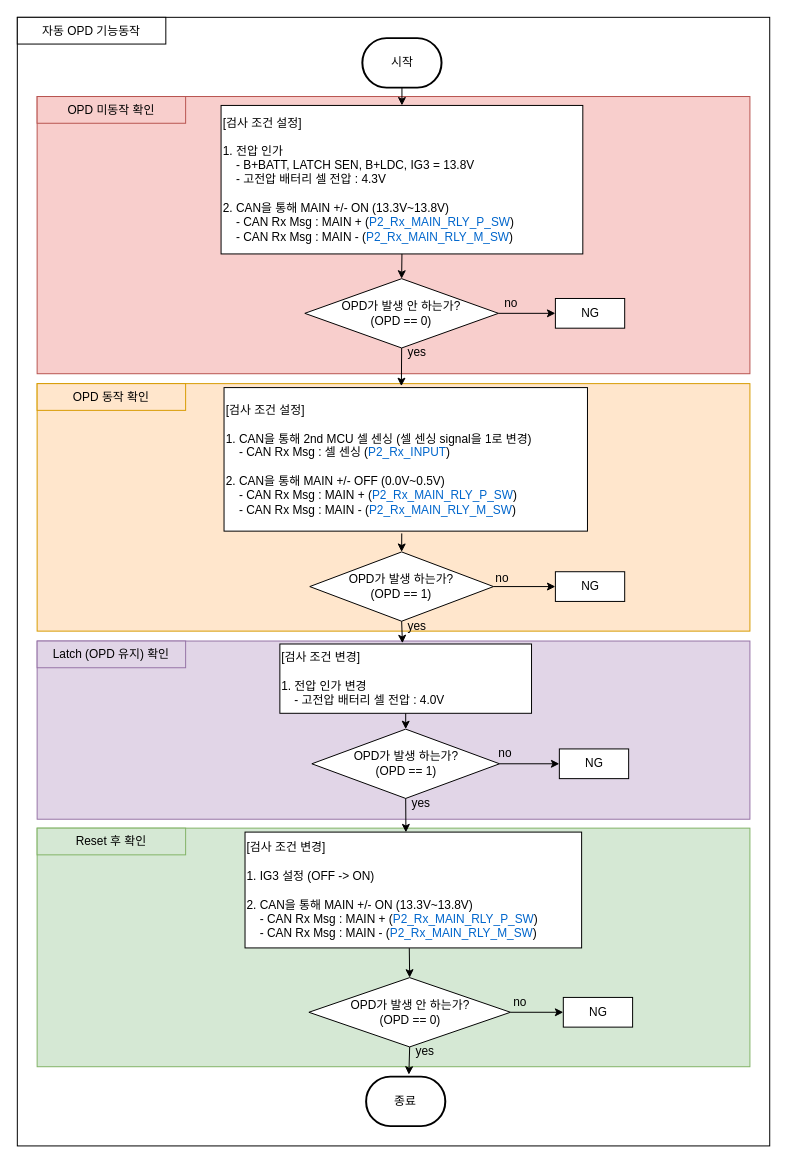
Before: OPD 기능동작.drawio in chaeyoonl/state-transition-diagram-test, a draw.io diagram. Source tidied: cells renumbered, new cells numbered last; positions are measured from the earlier drawing's top-left corner, leaving out a move shared by most shapes. Both pictures are drawn from the tidied source at 99%, with x=0, y=0 at pixel (17, 17).
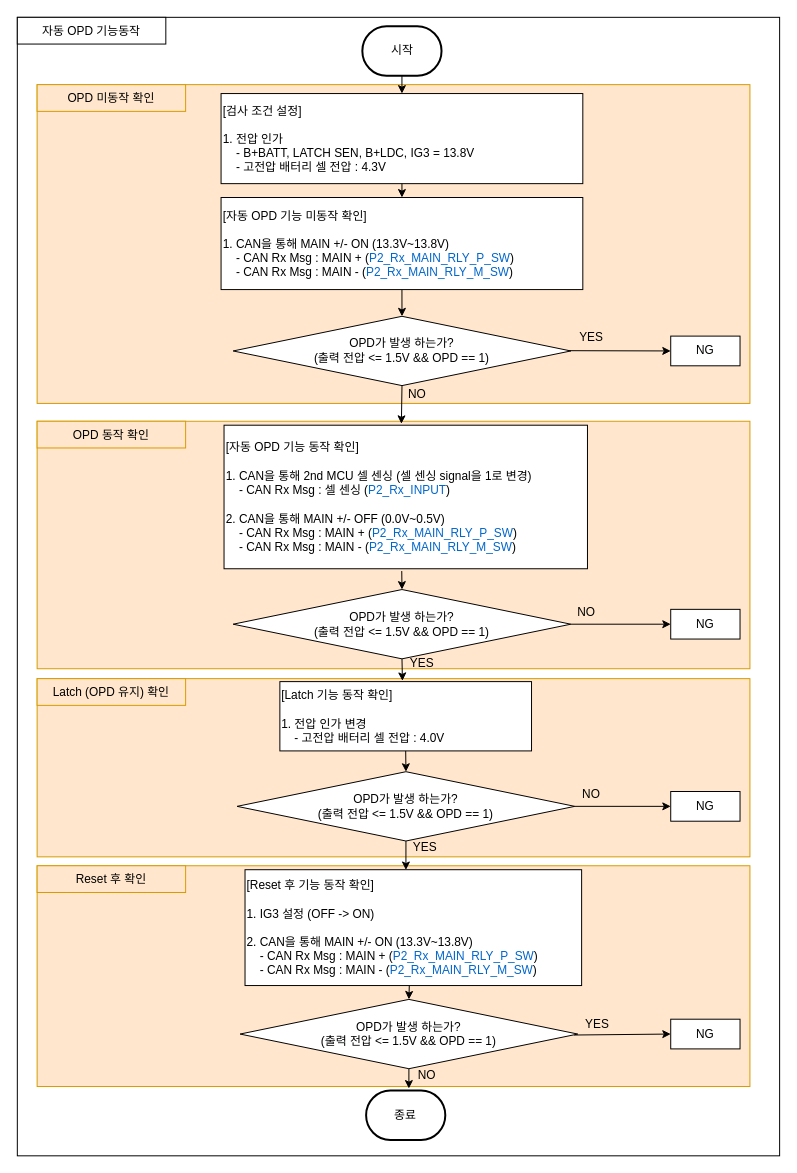
The same page after the edit.

Commit message:
OPD 기능동작.drawio 업데이트

The edit, as a diff of the source:
```diff
@@
     <mxCell id="2" style="rounded=0;whiteSpace=wrap;html=1;align=left;" parent="1" vertex="1">
-      <mxGeometry width="760" height="1140" as="geometry" />
+      <mxGeometry width="770" height="1150" as="geometry" />
     </mxCell>
@@
     <mxCell id="4" style="rounded=0;whiteSpace=wrap;html=1;align=left;fillColor=#ffe6cc;strokeColor=#d79b00;" parent="1" vertex="1">
-      <mxGeometry x="20" y="370" width="720" height="250" as="geometry" />
+      <mxGeometry x="20" y="408" width="720" height="250" as="geometry" />
     </mxCell>
     <mxCell id="5" value="OPD 동작 확인" style="rounded=0;whiteSpace=wrap;html=1;align=center;fillColor=#ffe6cc;strokeColor=#d79b00;" parent="1" vertex="1">
-      <mxGeometry x="20" y="370" width="150" height="27" as="geometry" />
+      <mxGeometry x="20" y="408" width="150" height="27" as="geometry" />
     </mxCell>
-    <mxCell id="6" style="rounded=0;whiteSpace=wrap;html=1;align=left;fillColor=#f8cecc;strokeColor=#b85450;" parent="1" vertex="1">
-      <mxGeometry x="20" y="80" width="720" height="280" as="geometry" />
+    <mxCell id="6" style="rounded=0;whiteSpace=wrap;html=1;align=left;fillColor=#ffe6cc;strokeColor=#d79b00;" parent="1" vertex="1">
+      <mxGeometry x="20" y="68" width="720" height="322" as="geometry" />
     </mxCell>
-    <mxCell id="7" value="OPD 미동작 확인" style="rounded=0;whiteSpace=wrap;html=1;align=center;fillColor=#f8cecc;strokeColor=#b85450;" parent="1" vertex="1">
-      <mxGeometry x="20" y="80" width="150" height="27" as="geometry" />
+    <mxCell id="7" value="OPD 미동작 확인" style="rounded=0;whiteSpace=wrap;html=1;align=center;fillColor=#ffe6cc;strokeColor=#d79b00;" parent="1" vertex="1">
+      <mxGeometry x="20" y="68" width="150" height="27" as="geometry" />
     </mxCell>
-    <mxCell id="8" style="rounded=0;whiteSpace=wrap;html=1;align=left;fillColor=#e1d5e7;strokeColor=#9673a6;" parent="1" vertex="1">
-      <mxGeometry x="20" y="630" width="720" height="180" as="geometry" />
+    <mxCell id="8" style="rounded=0;whiteSpace=wrap;html=1;align=left;fillColor=#ffe6cc;strokeColor=#d79b00;" parent="1" vertex="1">
+      <mxGeometry x="20" y="668" width="720" height="180" as="geometry" />
     </mxCell>
-    <mxCell id="9" value="Latch (OPD 유지) 확인" style="rounded=0;whiteSpace=wrap;html=1;align=center;fillColor=#e1d5e7;strokeColor=#9673a6;" parent="1" vertex="1">
-      <mxGeometry x="20" y="630" width="150" height="27" as="geometry" />
+    <mxCell id="9" value="Latch (OPD 유지) 확인" style="rounded=0;whiteSpace=wrap;html=1;align=center;fillColor=#ffe6cc;strokeColor=#d79b00;" parent="1" vertex="1">
+      <mxGeometry x="20" y="668" width="150" height="27" as="geometry" />
     </mxCell>
     <mxCell id="10" value="시작" style="strokeWidth=2;html=1;shape=mxgraph.flowchart.terminator;whiteSpace=wrap;" parent="1" vertex="1">
-      <mxGeometry x="348.5" y="21" width="80" height="50" as="geometry" />
+      <mxGeometry x="348.5" y="9" width="80" height="50" as="geometry" />
     </mxCell>
-    <mxCell id="11" value="[검사 조건 설정]&lt;br&gt;&lt;br&gt;1. 전압 인가&lt;br&gt;&amp;nbsp; &amp;nbsp; - B+BATT, LATCH SEN, B+LDC, IG3 = 13.8V&lt;br&gt;&amp;nbsp; &amp;nbsp; - 고전압 배터리 셀 전압 : 4.3V&lt;br&gt;&lt;br&gt;2. CAN을 통해 MAIN +/- ON (13.3V~13.8V)&lt;br style=&quot;border-color: var(--border-color);&quot;&gt;&amp;nbsp; &amp;nbsp; - CAN Rx Msg : MAIN +&amp;nbsp;&lt;span style=&quot;background-color: initial;&quot;&gt;(&lt;/span&gt;&lt;font style=&quot;background-color: initial; border-color: var(--border-color);&quot; color=&quot;#0066cc&quot;&gt;P2_Rx_MAIN_RLY_P_SW&lt;/font&gt;&lt;span style=&quot;background-color: initial;&quot;&gt;)&lt;/span&gt;&lt;br&gt;&amp;nbsp; &amp;nbsp; - CAN Rx Msg : MAIN -&amp;nbsp;&lt;span style=&quot;background-color: initial;&quot;&gt;(&lt;/span&gt;&lt;font style=&quot;background-color: initial; border-color: var(--border-color);&quot; color=&quot;#0066cc&quot;&gt;P2_Rx_MAIN_RLY_M_SW&lt;/font&gt;&lt;span style=&quot;background-color: initial;&quot;&gt;)&lt;/span&gt;" style="rounded=0;whiteSpace=wrap;html=1;align=left;" parent="1" vertex="1">
-      <mxGeometry x="205.8" y="89" width="365.4" height="150" as="geometry" />
+    <mxCell id="11" value="[검사 조건 설정]&lt;br&gt;&lt;br&gt;1. 전압 인가&lt;br&gt;&amp;nbsp; &amp;nbsp; - B+BATT, LATCH SEN, B+LDC, IG3 = 13.8V&lt;br&gt;&amp;nbsp; &amp;nbsp; - 고전압 배터리 셀 전압 : 4.3V" style="rounded=0;whiteSpace=wrap;html=1;align=left;" parent="1" vertex="1">
+      <mxGeometry x="205.8" y="77" width="365.4" height="91" as="geometry" />
     </mxCell>
@@
-    <mxCell id="13" value="OPD가 발생 안 하는가?&lt;br&gt;(OPD == 0)" style="rhombus;whiteSpace=wrap;html=1;" parent="1" vertex="1">
-      <mxGeometry x="290.4" y="264" width="195.6" height="70" as="geometry" />
-    </mxCell>
     <mxCell id="14" value="NG" style="rounded=0;whiteSpace=wrap;html=1;align=center;" parent="1" vertex="1">
-      <mxGeometry x="543.5" y="284" width="70" height="30" as="geometry" />
+      <mxGeometry x="660" y="322" width="70" height="30" as="geometry" />
     </mxCell>
-    <mxCell id="15" value="[검사 조건 설정]&lt;br&gt;&lt;br&gt;1. CAN을 통해 2nd MCU 셀 센싱 (셀 센싱 signal을 1로 변경)&lt;br&gt;&amp;nbsp; &amp;nbsp; - CAN Rx Msg : 셀 센싱&amp;nbsp;(&lt;font color=&quot;#0066cc&quot;&gt;P2_Rx_INPUT&lt;/font&gt;)&lt;br&gt;&lt;br&gt;2. CAN을 통해 MAIN +/- OFF (0.0V~0.5V)&lt;br style=&quot;border-color: var(--border-color);&quot;&gt;&amp;nbsp; &amp;nbsp; - CAN Rx Msg : MAIN +&amp;nbsp;&lt;span style=&quot;background-color: initial;&quot;&gt;(&lt;/span&gt;&lt;font style=&quot;background-color: initial; border-color: var(--border-color);&quot; color=&quot;#0066cc&quot;&gt;P2_Rx_MAIN_RLY_P_SW&lt;/font&gt;&lt;span style=&quot;background-color: initial;&quot;&gt;)&lt;/span&gt;&lt;br&gt;&amp;nbsp; &amp;nbsp; - CAN Rx Msg : MAIN -&amp;nbsp;&lt;span style=&quot;background-color: initial;&quot;&gt;(&lt;/span&gt;&lt;font style=&quot;background-color: initial; border-color: var(--border-color);&quot; color=&quot;#0066cc&quot;&gt;P2_Rx_MAIN_RLY_M_SW&lt;/font&gt;&lt;span style=&quot;background-color: initial;&quot;&gt;)&lt;/span&gt;" style="rounded=0;whiteSpace=wrap;html=1;align=left;" parent="1" vertex="1">
-      <mxGeometry x="208.8" y="374" width="367.1" height="145" as="geometry" />
+    <mxCell id="15" value="[자동 OPD 기능 동작 확인]&lt;br&gt;&lt;br&gt;1. CAN을 통해 2nd MCU 셀 센싱 (셀 센싱 signal을 1로 변경)&lt;br&gt;&amp;nbsp; &amp;nbsp; - CAN Rx Msg : 셀 센싱&amp;nbsp;(&lt;font color=&quot;#0066cc&quot;&gt;P2_Rx_INPUT&lt;/font&gt;)&lt;br&gt;&lt;br&gt;2. CAN을 통해 MAIN +/- OFF (0.0V~0.5V)&lt;br style=&quot;border-color: var(--border-color);&quot;&gt;&amp;nbsp; &amp;nbsp; - CAN Rx Msg : MAIN +&amp;nbsp;&lt;span style=&quot;background-color: initial;&quot;&gt;(&lt;/span&gt;&lt;font style=&quot;background-color: initial; border-color: var(--border-color);&quot; color=&quot;#0066cc&quot;&gt;P2_Rx_MAIN_RLY_P_SW&lt;/font&gt;&lt;span style=&quot;background-color: initial;&quot;&gt;)&lt;/span&gt;&lt;br&gt;&amp;nbsp; &amp;nbsp; - CAN Rx Msg : MAIN -&amp;nbsp;&lt;span style=&quot;background-color: initial;&quot;&gt;(&lt;/span&gt;&lt;font style=&quot;background-color: initial; border-color: var(--border-color);&quot; color=&quot;#0066cc&quot;&gt;P2_Rx_MAIN_RLY_M_SW&lt;/font&gt;&lt;span style=&quot;background-color: initial;&quot;&gt;)&lt;/span&gt;" style="rounded=0;whiteSpace=wrap;html=1;align=left;" parent="1" vertex="1">
+      <mxGeometry x="208.8" y="412" width="367.1" height="145" as="geometry" />
     </mxCell>
-    <mxCell id="16" style="endArrow=classic;html=1;rounded=0;exitX=0.5;exitY=1;exitDx=0;exitDy=0;entryX=0.5;entryY=0;entryDx=0;entryDy=0;" parent="1" edge="1" source="11" target="13">
+    <mxCell id="16" style="endArrow=classic;html=1;rounded=0;exitX=0.5;exitY=1;exitDx=0;exitDy=0;entryX=0.5;entryY=0;entryDx=0;entryDy=0;" parent="1" edge="1" source="49" target="51">
       <mxGeometry relative="1" as="geometry" />
     </mxCell>
-    <mxCell id="17" style="endArrow=classic;html=1;rounded=0;exitX=1;exitY=0.5;exitDx=0;exitDy=0;entryX=0;entryY=0.5;entryDx=0;entryDy=0;" parent="1" edge="1" source="13" target="14">
+    <mxCell id="17" style="endArrow=classic;html=1;rounded=0;exitX=0.989;exitY=0.496;exitDx=0;exitDy=0;entryX=0;entryY=0.5;entryDx=0;entryDy=0;exitPerimeter=0;" parent="1" edge="1" source="51" target="14">
       <mxGeometry relative="1" as="geometry" />
     </mxCell>
-    <mxCell id="18" style="endArrow=classic;html=1;rounded=0;exitX=0.5;exitY=1;exitDx=0;exitDy=0;entryX=0.488;entryY=-0.01;entryDx=0;entryDy=0;entryPerimeter=0;" parent="1" edge="1" source="13" target="15">
+    <mxCell id="18" style="endArrow=classic;html=1;rounded=0;exitX=0.5;exitY=1;exitDx=0;exitDy=0;entryX=0.488;entryY=-0.01;entryDx=0;entryDy=0;entryPerimeter=0;" parent="1" edge="1" source="51" target="15">
       <mxGeometry relative="1" as="geometry" />
     </mxCell>
-    <mxCell id="19" value="no" style="text;html=1;strokeColor=none;fillColor=none;align=center;verticalAlign=middle;whiteSpace=wrap;rounded=0;" parent="1" vertex="1">
-      <mxGeometry x="469" y="274" width="60" height="30" as="geometry" />
-    </mxCell>
-    <mxCell id="20" value="yes" style="text;html=1;strokeColor=none;fillColor=none;align=center;verticalAlign=middle;whiteSpace=wrap;rounded=0;fontStyle=0;" parent="1" vertex="1">
-      <mxGeometry x="373.5" y="324" width="60" height="30" as="geometry" />
+    <mxCell id="20" value="NO" style="text;html=1;strokeColor=none;fillColor=none;align=center;verticalAlign=middle;whiteSpace=wrap;rounded=0;fontStyle=0;" parent="1" vertex="1">
+      <mxGeometry x="373.5" y="366" width="60" height="30" as="geometry" />
     </mxCell>
-    <mxCell id="21" value="OPD가 발생 하는가?&lt;br&gt;(OPD == 1)" style="rhombus;whiteSpace=wrap;html=1;" parent="1" vertex="1">
-      <mxGeometry x="295.4" y="540" width="185.6" height="70" as="geometry" />
+    <mxCell id="21" value="OPD가 발생 하는가?&lt;br&gt;(출력 전압 &amp;lt;= 1.5V &amp;amp;&amp;amp; OPD == 1)" style="rhombus;whiteSpace=wrap;html=1;" parent="1" vertex="1">
+      <mxGeometry x="218" y="578" width="341.1" height="70" as="geometry" />
     </mxCell>
     <mxCell id="22" value="NG" style="rounded=0;whiteSpace=wrap;html=1;align=center;" parent="1" vertex="1">
-      <mxGeometry x="543.5" y="560" width="70" height="30" as="geometry" />
+      <mxGeometry x="660" y="598" width="70" height="30" as="geometry" />
     </mxCell>
@@
-    <mxCell id="25" value="no" style="text;html=1;strokeColor=none;fillColor=none;align=center;verticalAlign=middle;whiteSpace=wrap;rounded=0;" parent="1" vertex="1">
-      <mxGeometry x="459.6" y="551.5" width="60" height="30" as="geometry" />
+    <mxCell id="25" value="NO" style="text;html=1;strokeColor=none;fillColor=none;align=center;verticalAlign=middle;whiteSpace=wrap;rounded=0;" parent="1" vertex="1">
+      <mxGeometry x="544.6" y="585.5" width="60" height="30" as="geometry" />
     </mxCell>
-    <mxCell id="26" value="yes" style="text;html=1;strokeColor=none;fillColor=none;align=center;verticalAlign=middle;whiteSpace=wrap;rounded=0;fontStyle=0;" parent="1" vertex="1">
-      <mxGeometry x="373.5" y="600" width="60" height="30" as="geometry" />
+    <mxCell id="26" value="YES" style="text;html=1;strokeColor=none;fillColor=none;align=center;verticalAlign=middle;whiteSpace=wrap;rounded=0;fontStyle=0;" parent="1" vertex="1">
+      <mxGeometry x="378.5" y="638" width="60" height="30" as="geometry" />
     </mxCell>
@@
-    <mxCell id="28" style="rounded=0;whiteSpace=wrap;html=1;align=left;fillColor=#d5e8d4;strokeColor=#82b366;" parent="1" vertex="1">
-      <mxGeometry x="20" y="819" width="720" height="241" as="geometry" />
+    <mxCell id="28" style="rounded=0;whiteSpace=wrap;html=1;align=left;fillColor=#ffe6cc;strokeColor=#d79b00;" parent="1" vertex="1">
+      <mxGeometry x="20" y="857" width="720" height="223" as="geometry" />
     </mxCell>
-    <mxCell id="29" value="Reset 후 확인" style="rounded=0;whiteSpace=wrap;html=1;align=center;fillColor=#d5e8d4;strokeColor=#82b366;" parent="1" vertex="1">
-      <mxGeometry x="20" y="819" width="150" height="27" as="geometry" />
+    <mxCell id="29" value="Reset 후 확인" style="rounded=0;whiteSpace=wrap;html=1;align=center;fillColor=#ffe6cc;strokeColor=#d79b00;" parent="1" vertex="1">
+      <mxGeometry x="20" y="857" width="150" height="27" as="geometry" />
     </mxCell>
-    <mxCell id="30" value="[검사 조건 변경]&lt;br&gt;&lt;br&gt;1. 전압 인가 변경&lt;br&gt;&amp;nbsp; &amp;nbsp; - 고전압 배터리 셀 전압 : 4.0V" style="rounded=0;whiteSpace=wrap;html=1;align=left;" parent="1" vertex="1">
-      <mxGeometry x="265.2" y="633" width="254.2" height="70" as="geometry" />
+    <mxCell id="30" value="[Latch 기능 동작 확인]&lt;br&gt;&lt;br&gt;1. 전압 인가 변경&lt;br&gt;&amp;nbsp; &amp;nbsp; - 고전압 배터리 셀 전압 : 4.0V" style="rounded=0;whiteSpace=wrap;html=1;align=left;" parent="1" vertex="1">
+      <mxGeometry x="265.2" y="671" width="254.2" height="70" as="geometry" />
     </mxCell>
-    <mxCell id="31" value="OPD가 발생 하는가?&lt;br style=&quot;border-color: var(--border-color);&quot;&gt;(OPD == 1)" style="rhombus;whiteSpace=wrap;html=1;" parent="1" vertex="1">
-      <mxGeometry x="297.5" y="719" width="189.6" height="70" as="geometry" />
-    </mxCell>
     <mxCell id="32" value="NG" style="rounded=0;whiteSpace=wrap;html=1;align=center;" parent="1" vertex="1">
-      <mxGeometry x="547.5" y="739" width="70" height="30" as="geometry" />
+      <mxGeometry x="660" y="782" width="70" height="30" as="geometry" />
     </mxCell>
-    <mxCell id="33" style="endArrow=classic;html=1;rounded=0;exitX=1;exitY=0.5;exitDx=0;exitDy=0;entryX=0;entryY=0.5;entryDx=0;entryDy=0;" parent="1" edge="1" source="31" target="32">
+    <mxCell id="33" style="endArrow=classic;html=1;rounded=0;exitX=1;exitY=0.5;exitDx=0;exitDy=0;entryX=0;entryY=0.5;entryDx=0;entryDy=0;" parent="1" edge="1" source="50" target="32">
       <mxGeometry relative="1" as="geometry" />
     </mxCell>
-    <mxCell id="34" style="endArrow=classic;html=1;rounded=0;exitX=0.5;exitY=1;exitDx=0;exitDy=0;entryX=0.478;entryY=0.002;entryDx=0;entryDy=0;entryPerimeter=0;" parent="1" edge="1" source="31" target="37">
+    <mxCell id="34" style="endArrow=classic;html=1;rounded=0;exitX=0.5;exitY=1;exitDx=0;exitDy=0;entryX=0.478;entryY=0.002;entryDx=0;entryDy=0;entryPerimeter=0;" parent="1" edge="1" source="50" target="37">
       <mxGeometry relative="1" as="geometry" />
     </mxCell>
-    <mxCell id="35" value="no" style="text;html=1;strokeColor=none;fillColor=none;align=center;verticalAlign=middle;whiteSpace=wrap;rounded=0;" parent="1" vertex="1">
-      <mxGeometry x="463.4" y="729" width="60" height="30" as="geometry" />
+    <mxCell id="35" value="NO" style="text;html=1;strokeColor=none;fillColor=none;align=center;verticalAlign=middle;whiteSpace=wrap;rounded=0;" parent="1" vertex="1">
+      <mxGeometry x="550" y="770" width="60" height="30" as="geometry" />
     </mxCell>
-    <mxCell id="36" value="yes" style="text;html=1;strokeColor=none;fillColor=none;align=center;verticalAlign=middle;whiteSpace=wrap;rounded=0;fontStyle=0;" parent="1" vertex="1">
-      <mxGeometry x="377.5" y="779" width="60" height="30" as="geometry" />
+    <mxCell id="36" value="YES" style="text;html=1;strokeColor=none;fillColor=none;align=center;verticalAlign=middle;whiteSpace=wrap;rounded=0;fontStyle=0;" parent="1" vertex="1">
+      <mxGeometry x="381.5" y="824" width="60" height="30" as="geometry" />
     </mxCell>
-    <mxCell id="37" value="[검사 조건 변경]&lt;br&gt;&lt;br&gt;1. IG3 설정 (OFF -&amp;gt; ON)&lt;br&gt;&lt;br&gt;2. CAN을 통해 MAIN +/- ON (13.3V~13.8V)&lt;br style=&quot;border-color: var(--border-color);&quot;&gt;&amp;nbsp; &amp;nbsp; - CAN Rx Msg : MAIN +&amp;nbsp;&lt;span style=&quot;background-color: initial;&quot;&gt;(&lt;/span&gt;&lt;font style=&quot;background-color: initial; border-color: var(--border-color);&quot; color=&quot;#0066cc&quot;&gt;P2_Rx_MAIN_RLY_P_SW&lt;/font&gt;&lt;span style=&quot;background-color: initial;&quot;&gt;)&lt;/span&gt;&lt;br&gt;&amp;nbsp; &amp;nbsp; - CAN Rx Msg : MAIN -&amp;nbsp;&lt;span style=&quot;background-color: initial;&quot;&gt;(&lt;/span&gt;&lt;font style=&quot;background-color: initial; border-color: var(--border-color);&quot; color=&quot;#0066cc&quot;&gt;P2_Rx_MAIN_RLY_M_SW&lt;/font&gt;&lt;span style=&quot;background-color: initial;&quot;&gt;)&lt;/span&gt;" style="rounded=0;whiteSpace=wrap;html=1;align=left;" parent="1" vertex="1">
-      <mxGeometry x="230" y="823" width="340" height="117" as="geometry" />
+    <mxCell id="37" value="[Reset 후 기능 동작 확인]&lt;br&gt;&lt;br&gt;1. IG3 설정 (OFF -&amp;gt; ON)&lt;br&gt;&lt;br&gt;2. CAN을 통해 MAIN +/- ON (13.3V~13.8V)&lt;br style=&quot;border-color: var(--border-color);&quot;&gt;&amp;nbsp; &amp;nbsp; - CAN Rx Msg : MAIN +&amp;nbsp;&lt;span style=&quot;background-color: initial;&quot;&gt;(&lt;/span&gt;&lt;font style=&quot;background-color: initial; border-color: var(--border-color);&quot; color=&quot;#0066cc&quot;&gt;P2_Rx_MAIN_RLY_P_SW&lt;/font&gt;&lt;span style=&quot;background-color: initial;&quot;&gt;)&lt;/span&gt;&lt;br&gt;&amp;nbsp; &amp;nbsp; - CAN Rx Msg : MAIN -&amp;nbsp;&lt;span style=&quot;background-color: initial;&quot;&gt;(&lt;/span&gt;&lt;font style=&quot;background-color: initial; border-color: var(--border-color);&quot; color=&quot;#0066cc&quot;&gt;P2_Rx_MAIN_RLY_M_SW&lt;/font&gt;&lt;span style=&quot;background-color: initial;&quot;&gt;)&lt;/span&gt;" style="rounded=0;whiteSpace=wrap;html=1;align=left;" parent="1" vertex="1">
+      <mxGeometry x="230" y="861" width="340" height="117" as="geometry" />
     </mxCell>
-    <mxCell id="38" value="OPD가 발생 안 하는가?&lt;br style=&quot;border-color: var(--border-color);&quot;&gt;(OPD == 0)" style="rhombus;whiteSpace=wrap;html=1;" parent="1" vertex="1">
-      <mxGeometry x="294.5" y="970" width="203.6" height="70" as="geometry" />
-    </mxCell>
     <mxCell id="39" value="NG" style="rounded=0;whiteSpace=wrap;html=1;align=center;" parent="1" vertex="1">
-      <mxGeometry x="551.5" y="990" width="70" height="30" as="geometry" />
+      <mxGeometry x="660" y="1012" width="70" height="30" as="geometry" />
     </mxCell>
-    <mxCell id="40" style="endArrow=classic;html=1;rounded=0;exitX=1;exitY=0.5;exitDx=0;exitDy=0;entryX=0;entryY=0.5;entryDx=0;entryDy=0;" parent="1" edge="1" source="38" target="39">
+    <mxCell id="40" style="endArrow=classic;html=1;rounded=0;exitX=0.989;exitY=0.514;exitDx=0;exitDy=0;entryX=0;entryY=0.5;entryDx=0;entryDy=0;exitPerimeter=0;" parent="1" edge="1" source="52" target="39">
       <mxGeometry relative="1" as="geometry" />
     </mxCell>
-    <mxCell id="41" style="endArrow=classic;html=1;rounded=0;exitX=0.5;exitY=1;exitDx=0;exitDy=0;entryX=0.54;entryY=-0.04;entryDx=0;entryDy=0;entryPerimeter=0;" parent="1" edge="1" source="38" target="44">
+    <mxCell id="41" style="endArrow=classic;html=1;rounded=0;exitX=0.5;exitY=1;exitDx=0;exitDy=0;entryX=0.54;entryY=-0.04;entryDx=0;entryDy=0;entryPerimeter=0;" parent="1" edge="1" source="52" target="44">
       <mxGeometry relative="1" as="geometry" />
     </mxCell>
-    <mxCell id="42" value="no" style="text;html=1;strokeColor=none;fillColor=none;align=center;verticalAlign=middle;whiteSpace=wrap;rounded=0;" parent="1" vertex="1">
-      <mxGeometry x="478.1" y="980" width="60" height="30" as="geometry" />
+    <mxCell id="42" value="YES" style="text;html=1;strokeColor=none;fillColor=none;align=center;verticalAlign=middle;whiteSpace=wrap;rounded=0;" parent="1" vertex="1">
+      <mxGeometry x="556.1" y="1002" width="60" height="30" as="geometry" />
     </mxCell>
-    <mxCell id="43" value="yes" style="text;html=1;strokeColor=none;fillColor=none;align=center;verticalAlign=middle;whiteSpace=wrap;rounded=0;fontStyle=0;" parent="1" vertex="1">
-      <mxGeometry x="381.5" y="1030" width="60" height="30" as="geometry" />
+    <mxCell id="43" value="NO" style="text;html=1;strokeColor=none;fillColor=none;align=center;verticalAlign=middle;whiteSpace=wrap;rounded=0;fontStyle=0;" parent="1" vertex="1">
+      <mxGeometry x="384" y="1054" width="60" height="30" as="geometry" />
     </mxCell>
     <mxCell id="44" value="종료" style="strokeWidth=2;html=1;shape=mxgraph.flowchart.terminator;whiteSpace=wrap;" parent="1" vertex="1">
-      <mxGeometry x="352.3" y="1070" width="80" height="50" as="geometry" />
+      <mxGeometry x="352.3" y="1084" width="80" height="50" as="geometry" />
     </mxCell>
-    <mxCell id="45" style="endArrow=classic;html=1;rounded=0;exitX=0.5;exitY=1;exitDx=0;exitDy=0;entryX=0.5;entryY=0;entryDx=0;entryDy=0;" parent="1" edge="1" source="30" target="31">
+    <mxCell id="45" style="endArrow=classic;html=1;rounded=0;exitX=0.5;exitY=1;exitDx=0;exitDy=0;entryX=0.5;entryY=0;entryDx=0;entryDy=0;" parent="1" edge="1" source="30" target="50">
       <mxGeometry relative="1" as="geometry" />
     </mxCell>
-    <mxCell id="46" style="endArrow=classic;html=1;rounded=0;exitX=0.488;exitY=1.002;exitDx=0;exitDy=0;entryX=0.5;entryY=0;entryDx=0;entryDy=0;exitPerimeter=0;" parent="1" edge="1" source="37" target="38">
+    <mxCell id="46" style="endArrow=classic;html=1;rounded=0;exitX=0.488;exitY=1.002;exitDx=0;exitDy=0;entryX=0.5;entryY=0;entryDx=0;entryDy=0;exitPerimeter=0;" parent="1" edge="1" source="37" target="52">
       <mxGeometry relative="1" as="geometry" />
     </mxCell>
+    <mxCell id="47" value="YES" style="text;html=1;strokeColor=none;fillColor=none;align=center;verticalAlign=middle;whiteSpace=wrap;rounded=0;" parent="1" vertex="1">
+      <mxGeometry x="550" y="308" width="60" height="30" as="geometry" />
+    </mxCell>
+    <mxCell id="48" style="endArrow=classic;html=1;rounded=0;exitX=0.5;exitY=1;exitDx=0;exitDy=0;entryX=0.5;entryY=0;entryDx=0;entryDy=0;" parent="1" edge="1" source="11" target="49">
+      <mxGeometry relative="1" as="geometry" />
+    </mxCell>
+    <mxCell id="49" value="[자동 OPD 기능 미동작 확인]&lt;br&gt;&lt;br&gt;1. CAN을 통해 MAIN +/- ON (13.3V~13.8V)&lt;br style=&quot;border-color: var(--border-color);&quot;&gt;&amp;nbsp; &amp;nbsp; - CAN Rx Msg : MAIN +&amp;nbsp;&lt;span style=&quot;background-color: initial;&quot;&gt;(&lt;/span&gt;&lt;font style=&quot;background-color: initial; border-color: var(--border-color);&quot; color=&quot;#0066cc&quot;&gt;P2_Rx_MAIN_RLY_P_SW&lt;/font&gt;&lt;span style=&quot;background-color: initial;&quot;&gt;)&lt;/span&gt;&lt;br&gt;&amp;nbsp; &amp;nbsp; - CAN Rx Msg : MAIN -&amp;nbsp;&lt;span style=&quot;background-color: initial;&quot;&gt;(&lt;/span&gt;&lt;font style=&quot;background-color: initial; border-color: var(--border-color);&quot; color=&quot;#0066cc&quot;&gt;P2_Rx_MAIN_RLY_M_SW&lt;/font&gt;&lt;span style=&quot;background-color: initial;&quot;&gt;)&lt;/span&gt;" style="rounded=0;whiteSpace=wrap;html=1;align=left;" parent="1" vertex="1">
+      <mxGeometry x="205.8" y="182" width="365.4" height="93" as="geometry" />
+    </mxCell>
+    <mxCell id="50" value="OPD가 발생 하는가?&lt;br&gt;(출력 전압 &amp;lt;= 1.5V &amp;amp;&amp;amp; OPD == 1)" style="rhombus;whiteSpace=wrap;html=1;" parent="1" vertex="1">
+      <mxGeometry x="222" y="762" width="341.1" height="70" as="geometry" />
+    </mxCell>
+    <mxCell id="51" value="OPD가 발생 하는가?&lt;br&gt;(출력 전압 &amp;lt;= 1.5V &amp;amp;&amp;amp; OPD == 1)" style="rhombus;whiteSpace=wrap;html=1;" parent="1" vertex="1">
+      <mxGeometry x="218" y="302" width="341.1" height="70" as="geometry" />
+    </mxCell>
+    <mxCell id="52" value="OPD가 발생 하는가?&lt;br&gt;(출력 전압 &amp;lt;= 1.5V &amp;amp;&amp;amp; OPD == 1)" style="rhombus;whiteSpace=wrap;html=1;" parent="1" vertex="1">
+      <mxGeometry x="225" y="992" width="341.1" height="70" as="geometry" />
+    </mxCell>
```
